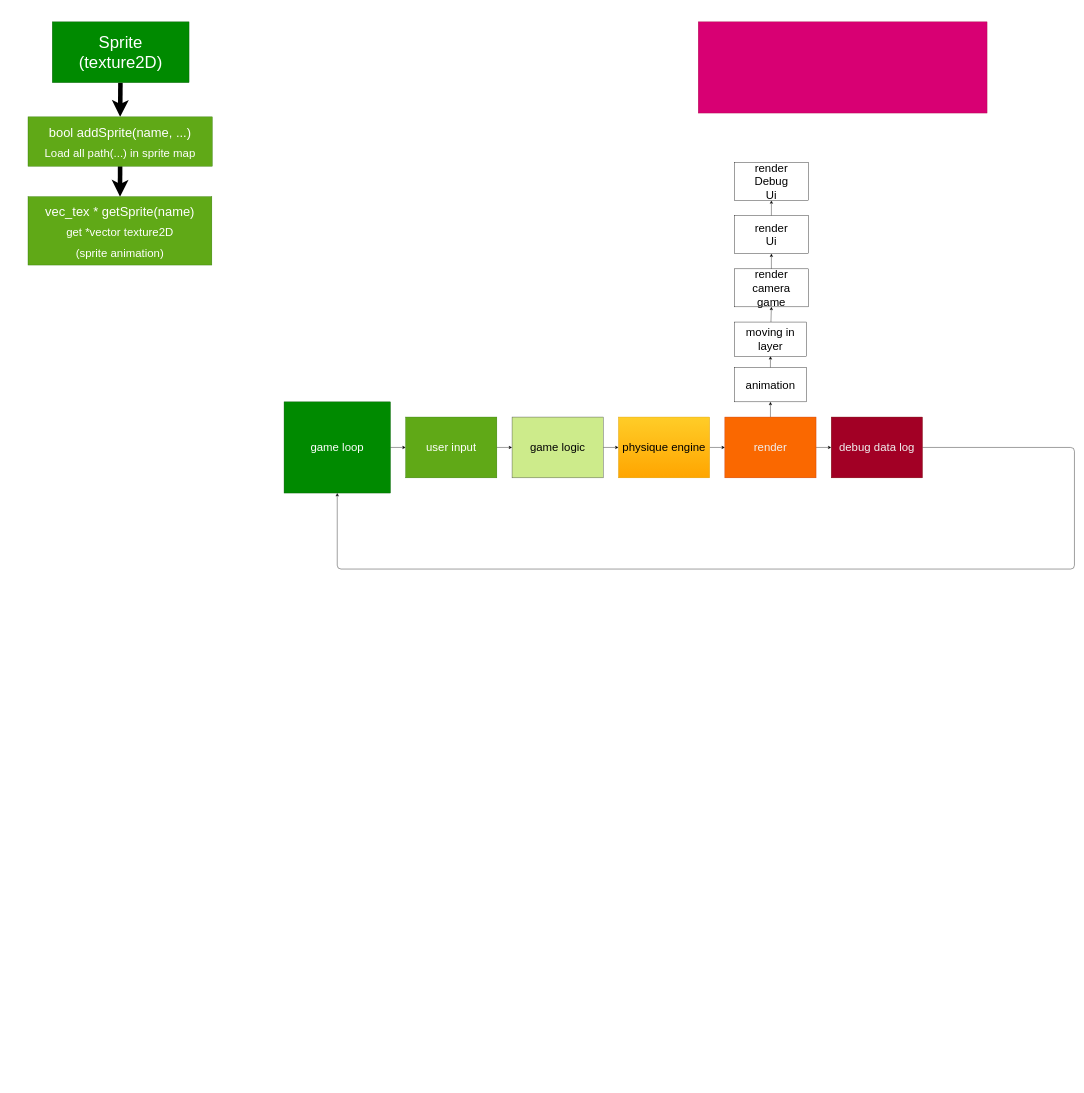
Before: note/plant.drawio in sm222/2DGameMaker, a draw.io diagram. Source tidied: cells renumbered, new cells numbered last; positions are measured from the earlier drawing's top-left corner, leaving out a move shared by most shapes. Both pictures are drawn from the tidied source at 38%, with x=0, y=0 at pixel (28, 6).
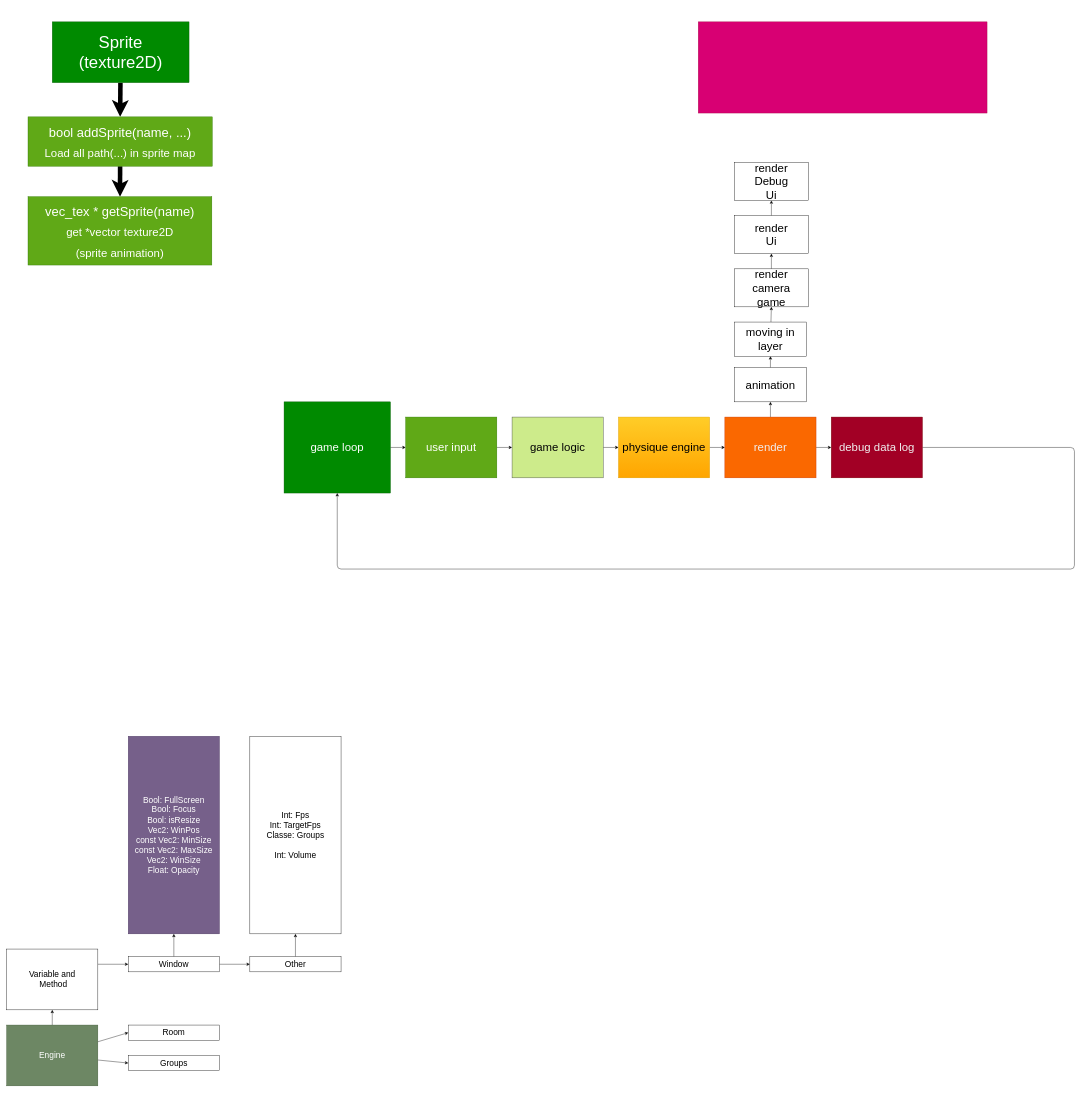
The same page after the edit.

Change to the diagram source:
```diff
@@
+    <mxCell id="31" style="edgeStyle=none;html=1;entryX=0;entryY=0.5;entryDx=0;entryDy=0;fontSize=22;" parent="1" edge="1" source="34" target="35">
+      <mxGeometry relative="1" as="geometry" />
+    </mxCell>
+    <mxCell id="32" style="edgeStyle=none;html=1;entryX=0;entryY=0.5;entryDx=0;entryDy=0;fontSize=22;" parent="1" edge="1" source="34" target="36">
+      <mxGeometry relative="1" as="geometry" />
+    </mxCell>
+    <mxCell id="33" style="edgeStyle=none;html=1;fontSize=22;" parent="1" edge="1" source="34" target="38">
+      <mxGeometry relative="1" as="geometry" />
+    </mxCell>
+    <mxCell id="34" value="&lt;font style=&quot;font-size: 22px;&quot;&gt;Engine&lt;/font&gt;" style="whiteSpace=wrap;html=1;fillColor=#6d8764;strokeColor=#3A5431;fontColor=#ffffff;" parent="1" vertex="1">
+      <mxGeometry x="-56" y="2680" width="240" height="160" as="geometry" />
+    </mxCell>
+    <mxCell id="35" value="&lt;span style=&quot;font-size: 22px;&quot;&gt;Room&lt;/span&gt;" style="whiteSpace=wrap;html=1;" parent="1" vertex="1">
+      <mxGeometry x="264" y="2680" width="240" height="40" as="geometry" />
+    </mxCell>
+    <mxCell id="36" value="&lt;span style=&quot;font-size: 22px;&quot;&gt;Groups&lt;br&gt;&lt;/span&gt;" style="whiteSpace=wrap;html=1;" parent="1" vertex="1">
+      <mxGeometry x="264" y="2760" width="240" height="40" as="geometry" />
+    </mxCell>
+    <mxCell id="37" style="edgeStyle=none;html=1;exitX=1;exitY=0.25;exitDx=0;exitDy=0;entryX=0;entryY=0.5;entryDx=0;entryDy=0;fontSize=22;" parent="1" edge="1" source="38" target="41">
+      <mxGeometry relative="1" as="geometry" />
+    </mxCell>
+    <mxCell id="38" value="&lt;span style=&quot;font-size: 22px;&quot;&gt;Variable and&lt;/span&gt;&lt;br&gt;&lt;span style=&quot;font-size: 22px;&quot;&gt;&amp;nbsp;Method&lt;/span&gt;" style="whiteSpace=wrap;html=1;" parent="1" vertex="1">
+      <mxGeometry x="-56" y="2480" width="240" height="160" as="geometry" />
+    </mxCell>
+    <mxCell id="39" style="edgeStyle=none;html=1;entryX=0.5;entryY=1;entryDx=0;entryDy=0;fontSize=22;" parent="1" edge="1" source="41" target="43">
+      <mxGeometry relative="1" as="geometry" />
+    </mxCell>
+    <mxCell id="40" style="edgeStyle=none;html=1;entryX=0;entryY=0.5;entryDx=0;entryDy=0;fontSize=22;" parent="1" edge="1" source="41" target="45">
+      <mxGeometry relative="1" as="geometry" />
+    </mxCell>
+    <mxCell id="41" value="&lt;span style=&quot;font-size: 22px;&quot;&gt;Window&lt;/span&gt;" style="whiteSpace=wrap;html=1;" parent="1" vertex="1">
+      <mxGeometry x="264" y="2500" width="240" height="40" as="geometry" />
+    </mxCell>
+    <mxCell id="42" value="Int: Fps&lt;br&gt;Int: TargetFps&lt;br&gt;Classe: Groups&lt;br&gt;&lt;br&gt;Int: Volume&lt;br&gt;" style="whiteSpace=wrap;html=1;fontSize=22;" parent="1" vertex="1">
+      <mxGeometry x="584" y="1920" width="240" height="520" as="geometry" />
+    </mxCell>
+    <mxCell id="43" value="Bool: FullScreen&lt;br&gt;Bool: Focus&lt;br&gt;Bool: isResize&lt;br&gt;Vec2: WinPos&lt;br&gt;const Vec2: MinSize&lt;br&gt;const Vec2: MaxSize&lt;br&gt;Vec2: WinSize&lt;br&gt;Float: Opacity&lt;br&gt;" style="whiteSpace=wrap;html=1;fontSize=22;fillColor=#76608a;fontColor=#ffffff;strokeColor=#432D57;" parent="1" vertex="1">
+      <mxGeometry x="264" y="1920" width="240" height="520" as="geometry" />
+    </mxCell>
+    <mxCell id="44" style="edgeStyle=none;html=1;entryX=0.5;entryY=1;entryDx=0;entryDy=0;fontSize=22;" parent="1" edge="1" source="45" target="42">
+      <mxGeometry relative="1" as="geometry" />
+    </mxCell>
+    <mxCell id="45" value="&lt;span style=&quot;font-size: 22px;&quot;&gt;Other&lt;/span&gt;" style="whiteSpace=wrap;html=1;" parent="1" vertex="1">
+      <mxGeometry x="584" y="2500" width="240" height="40" as="geometry" />
+    </mxCell>
```
